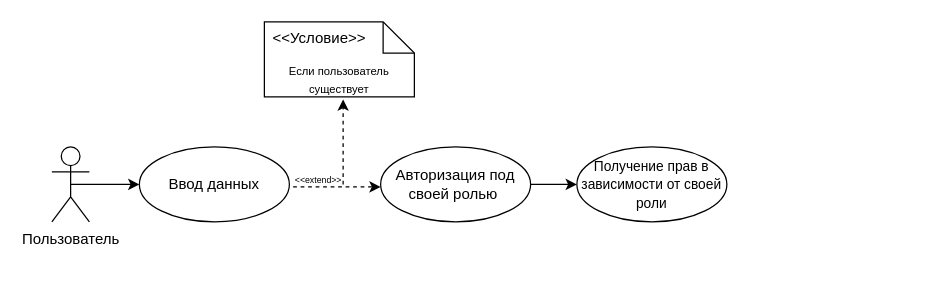
EugeNATOR/AurAudio keeps this draw.io diagram as page "Авторизация" (2 of 9) of system.drawio. Above is the earlier version. Source tidied: cells renumbered, new cells numbered last; positions are measured from the earlier drawing's top-left corner, leaving out a move shared by most shapes. Both pictures are drawn from the tidied source at 125%, with x=0, y=0 at pixel (51, 21).
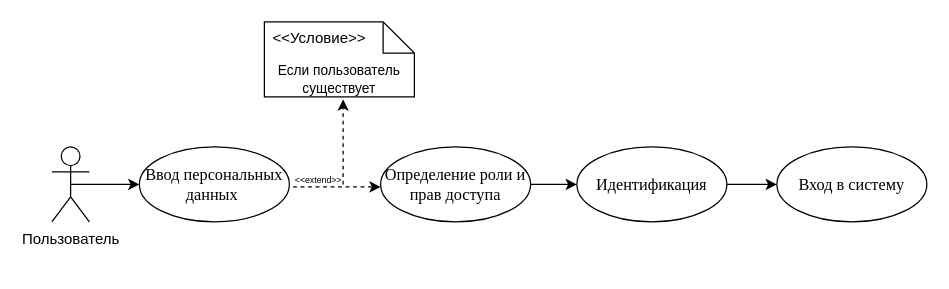
Above is the later version.

Change to the diagram source:
```diff
@@
 <mxGraphModel>
   <root>
     <mxCell id="0" />
     <mxCell id="1" parent="0" />
     <mxCell id="2" style="edgeStyle=orthogonalEdgeStyle;rounded=0;jettySize=auto;html=1;exitX=0.5;exitY=0.5;exitDx=0;exitDy=0;exitPerimeter=0;entryX=0;entryY=0.5;entryDx=0;entryDy=0;" parent="1" edge="1" source="3" target="4">
       <mxGeometry relative="1" as="geometry" />
     </mxCell>
     <mxCell id="3" value="Пользователь&lt;div&gt;&lt;br&gt;&lt;/div&gt;" style="shape=umlActor;verticalLabelPosition=bottom;verticalAlign=top;html=1;" parent="1" vertex="1">
       <mxGeometry y="100" width="30" height="60" as="geometry" />
     </mxCell>
-    <mxCell id="4" value="Ввод данных" style="ellipse;html=1;whiteSpace=wrap;" parent="1" vertex="1">
+    <mxCell id="4" value="&lt;font style=&quot;font-size: 13px;&quot;&gt;&lt;span style=&quot;font-family: &amp;quot;Times New Roman&amp;quot;, serif;&quot;&gt;&lt;font style=&quot;&quot;&gt;Ввод персональных данных&lt;/font&gt;&lt;/span&gt;&lt;span style=&quot;font-family: &amp;quot;Times New Roman&amp;quot;, serif;&quot;&gt;&amp;nbsp;&lt;/span&gt;&lt;/font&gt;" style="ellipse;html=1;whiteSpace=wrap;" parent="1" vertex="1">
       <mxGeometry x="70" y="100" width="120" height="60" as="geometry" />
     </mxCell>
     <mxCell id="5" style="edgeStyle=orthogonalEdgeStyle;rounded=0;jettySize=auto;html=1;exitX=1;exitY=0.5;exitDx=0;exitDy=0;entryX=0;entryY=0.5;entryDx=0;entryDy=0;" parent="1" edge="1" source="6" target="7">
       <mxGeometry relative="1" as="geometry" />
     </mxCell>
-    <mxCell id="6" value="Авторизация под своей ролью&amp;nbsp;" style="ellipse;html=1;whiteSpace=wrap;" parent="1" vertex="1">
+    <mxCell id="6" value="&lt;span style=&quot;font-family: &amp;quot;Times New Roman&amp;quot;, serif;&quot;&gt;&lt;font style=&quot;font-size: 13px;&quot;&gt;Определение роли и прав доступа&lt;/font&gt;&lt;/span&gt;" style="ellipse;html=1;whiteSpace=wrap;" parent="1" vertex="1">
       <mxGeometry x="263" y="100" width="120" height="60" as="geometry" />
     </mxCell>
+    <mxCell id="13" style="edgeStyle=orthogonalEdgeStyle;rounded=0;jettySize=auto;html=1;" parent="1" edge="1" source="7" target="14">
+      <mxGeometry relative="1" as="geometry" />
+    </mxCell>
-    <mxCell id="7" value="&lt;font style=&quot;font-size: 11px;&quot;&gt;Получение прав в зависимости от своей роли&lt;/font&gt;" style="ellipse;html=1;whiteSpace=wrap;" parent="1" vertex="1">
+    <mxCell id="7" value="&lt;span style=&quot;font-family: &amp;quot;Times New Roman&amp;quot;, serif;&quot;&gt;&lt;font style=&quot;font-size: 13px;&quot;&gt;Идентификация&lt;/font&gt;&lt;/span&gt;" style="ellipse;html=1;whiteSpace=wrap;" parent="1" vertex="1">
       <mxGeometry x="420" y="100" width="120" height="60" as="geometry" />
     </mxCell>
-    <mxCell id="8" value="&lt;font style=&quot;font-size: 9px;&quot;&gt;Если пользователь существует&lt;/font&gt;" style="shape=note2;boundedLbl=1;whiteSpace=wrap;html=1;size=25;verticalAlign=top;align=center;" parent="1" vertex="1">
+    <mxCell id="8" value="&lt;font style=&quot;font-size: 11px;&quot;&gt;Если пользователь существует&lt;/font&gt;" style="shape=note2;boundedLbl=1;whiteSpace=wrap;html=1;size=25;verticalAlign=top;align=center;" parent="1" vertex="1">
       <mxGeometry x="170" width="120" height="60" as="geometry" />
     </mxCell>
     <mxCell id="9" value="&lt;&lt;Условие&gt;&gt;" style="strokeColor=none;fillColor=none;align=left;spacingLeft=5;" parent="8" vertex="1">
       <mxGeometry width="120" height="25" relative="1" as="geometry" />
     </mxCell>
     <mxCell id="10" style="edgeStyle=orthogonalEdgeStyle;rounded=0;orthogonalLoop=1;jettySize=auto;html=1;entryX=0;entryY=0.5;entryDx=0;entryDy=0;dashed=1;" parent="1" edge="1">
       <mxGeometry relative="1" as="geometry">
         <mxPoint x="193" y="132" as="sourcePoint" />
         <mxPoint x="263" y="132" as="targetPoint" />
       </mxGeometry>
     </mxCell>
     <mxCell id="11" style="edgeStyle=orthogonalEdgeStyle;rounded=0;orthogonalLoop=1;jettySize=auto;html=1;dashed=1;" parent="1" edge="1">
       <mxGeometry relative="1" as="geometry">
         <mxPoint x="233" y="130" as="sourcePoint" />
         <mxPoint x="233" y="62" as="targetPoint" />
       </mxGeometry>
     </mxCell>
     <mxCell id="12" value="&lt;font style=&quot;font-size: 7px;&quot;&gt;&amp;lt;&amp;lt;extend&amp;gt;&amp;gt;&lt;/font&gt;" style="text;html=1;align=center;verticalAlign=middle;strokeColor=none;fillColor=none;" parent="1" vertex="1">
       <mxGeometry x="183" y="110" width="60" height="30" as="geometry" />
     </mxCell>
+    <mxCell id="14" value="&lt;font style=&quot;font-size: 13px;&quot; face=&quot;Times New Roman, serif&quot;&gt;Вход в систему&lt;/font&gt;" style="ellipse;html=1;whiteSpace=wrap;" parent="1" vertex="1">
+      <mxGeometry x="580" y="100" width="120" height="60" as="geometry" />
+    </mxCell>
   </root>
 </mxGraphModel>
```
